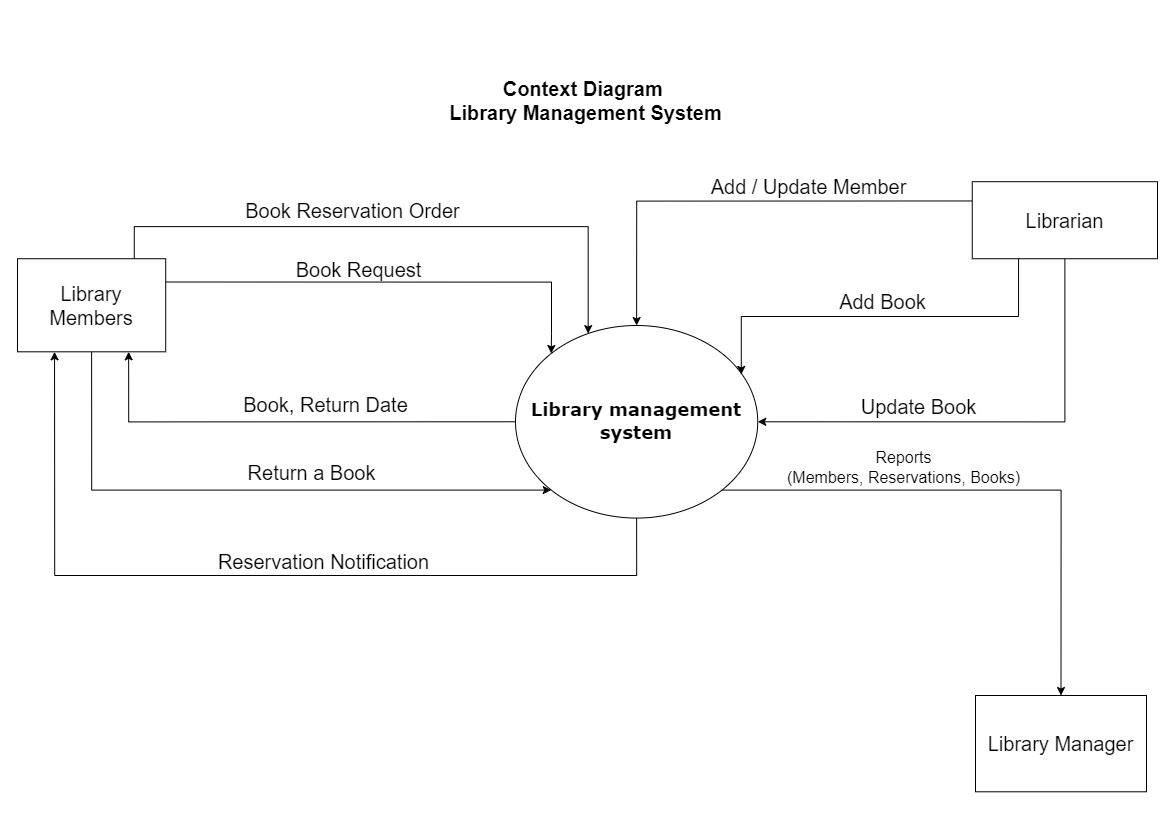
The draw.io diagram Library Management System (Context Diagram).png in Abdulrahman-Sayed-1/Library-Management-System, before a commit. Source tidied: cells renumbered, new cells last; positions are measured from the earlier drawing's top-left corner, leaving out a move shared by most shapes.
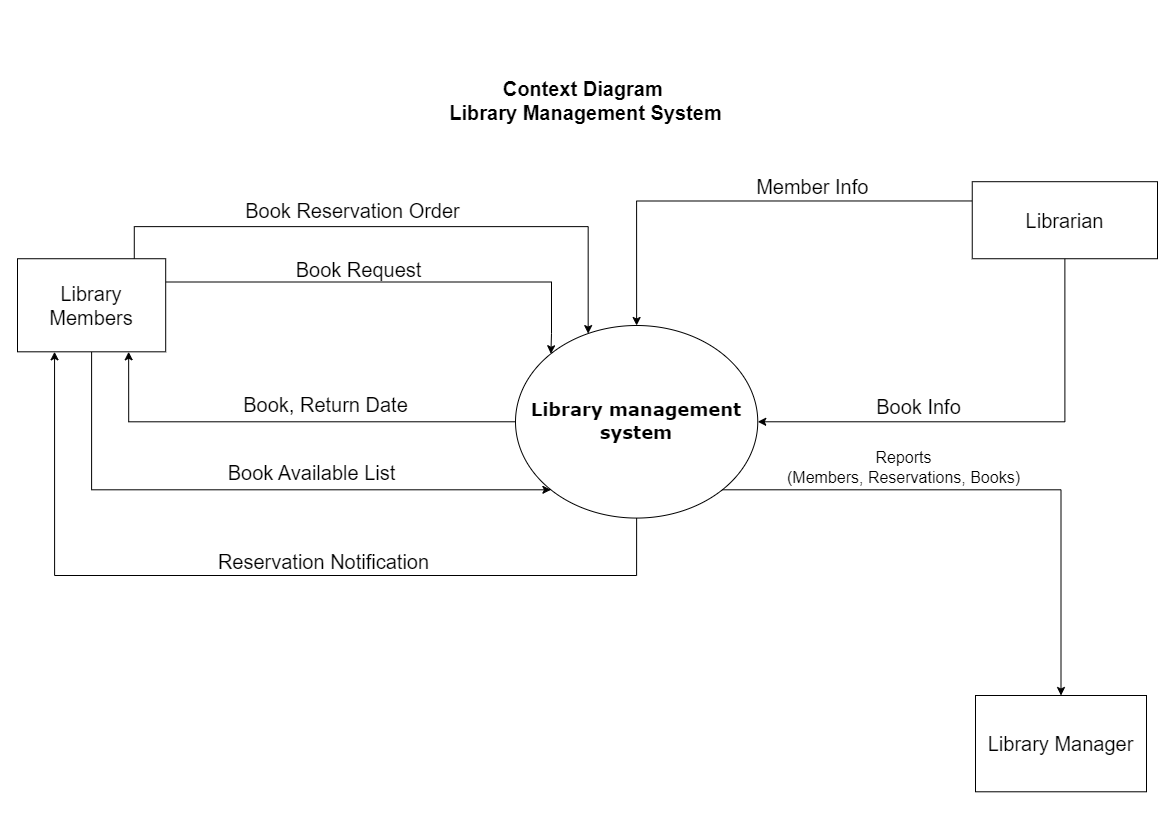
The same file after the commit.

Commit message:
Change the description written on the arrows.

Change all the description written on the arrows to names to verbs.

The edit, as a diff of the source:
```diff
@@ -40,14 +40,14 @@
     <mxCell id="12" value="Book, Return Date" style="text;html=1;align=center;verticalAlign=middle;strokeColor=none;fillColor=none;fontSize=20;" parent="3" vertex="1">
       <mxGeometry x="213" y="216" width="190" height="40" as="geometry" />
     </mxCell>
-    <mxCell id="13" value="Add / Update Member" style="text;html=1;align=center;verticalAlign=middle;strokeColor=none;fillColor=none;fontSize=20;" parent="3" vertex="1">
-      <mxGeometry x="683.5" width="214" height="36" as="geometry" />
+    <mxCell id="13" value="&amp;nbsp;Member Info" style="text;html=1;align=center;verticalAlign=middle;strokeColor=none;fillColor=none;fontSize=20;" parent="3" vertex="1">
+      <mxGeometry x="723.5" width="136" height="36" as="geometry" />
     </mxCell>
     <mxCell id="14" value="&lt;font style=&quot;font-size: 16px;&quot;&gt;Reports&lt;br style=&quot;font-size: 16px;&quot;&gt;(Members, Reservations, Books)&lt;/font&gt;" style="text;html=1;align=center;verticalAlign=middle;strokeColor=none;fillColor=none;fontSize=16;" parent="3" vertex="1">
       <mxGeometry x="760.2" y="274" width="251" height="50" as="geometry" />
     </mxCell>
-    <mxCell id="15" value="Return a Book" style="text;html=1;align=center;verticalAlign=middle;strokeColor=none;fillColor=none;fontSize=20;" parent="3" vertex="1">
-      <mxGeometry x="219" y="284" width="150" height="40" as="geometry" />
+    <mxCell id="15" value="Book Available List" style="text;html=1;align=center;verticalAlign=middle;strokeColor=none;fillColor=none;fontSize=20;" parent="3" vertex="1">
+      <mxGeometry x="201" y="286" width="186" height="36" as="geometry" />
     </mxCell>
     <mxCell id="16" style="edgeStyle=orthogonalEdgeStyle;rounded=0;jettySize=auto;html=1;exitX=0.5;exitY=1;exitDx=0;exitDy=0;entryX=0.25;entryY=1;entryDx=0;entryDy=0;" parent="3" edge="1" source="4" target="7">
       <mxGeometry relative="1" as="geometry">
@@ -78,17 +78,11 @@
     <mxCell id="21" style="edgeStyle=orthogonalEdgeStyle;rounded=0;jettySize=auto;html=1;exitX=1;exitY=1;exitDx=0;exitDy=0;entryX=0.5;entryY=0;entryDx=0;entryDy=0;" parent="3" edge="1" source="4" target="20">
       <mxGeometry relative="1" as="geometry" />
     </mxCell>
-    <mxCell id="22" style="edgeStyle=elbowEdgeStyle;rounded=0;jettySize=auto;elbow=vertical;html=1;exitX=0.25;exitY=1;exitDx=0;exitDy=0;entryX=0.932;entryY=0.254;entryDx=0;entryDy=0;entryPerimeter=0;" parent="3" edge="1" source="10" target="4">
-      <mxGeometry relative="1" as="geometry" />
-    </mxCell>
     <mxCell id="23" value="Reservation Notification" style="text;html=1;align=center;verticalAlign=middle;strokeColor=none;fillColor=none;fontSize=20;" parent="3" vertex="1">
       <mxGeometry x="191" y="375" width="229" height="36" as="geometry" />
     </mxCell>
-    <mxCell id="24" value="Update Book" style="text;html=1;align=center;verticalAlign=middle;strokeColor=none;fillColor=none;fontSize=20;" parent="3" vertex="1">
-      <mxGeometry x="834" y="220" width="134" height="36" as="geometry" />
+    <mxCell id="24" value="Book Info" style="text;html=1;align=center;verticalAlign=middle;strokeColor=none;fillColor=none;fontSize=20;" parent="3" vertex="1">
+      <mxGeometry x="850" y="220" width="103" height="36" as="geometry" />
     </mxCell>
-    <mxCell id="25" value="Add Book" style="text;html=1;align=center;verticalAlign=middle;strokeColor=none;fillColor=none;fontSize=20;" parent="3" vertex="1">
-      <mxGeometry x="813" y="115" width="105" height="36" as="geometry" />
-    </mxCell>
   </root>
 </mxGraphModel>
```
